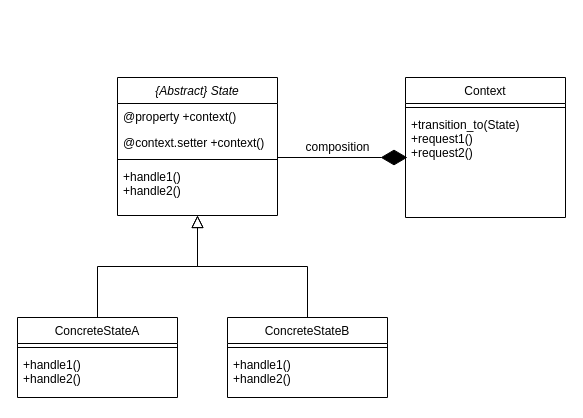
Above: design patterns/UML/State.drawio in djangorepos/design_patterns (draw.io), before the change. Source tidied: cells renumbered, new cells numbered last; positions are measured from the earlier drawing's top-left corner, leaving out a move shared by most shapes. Both pictures are drawn from the tidied source at 100%, with x=0, y=0 at pixel (17, 77).
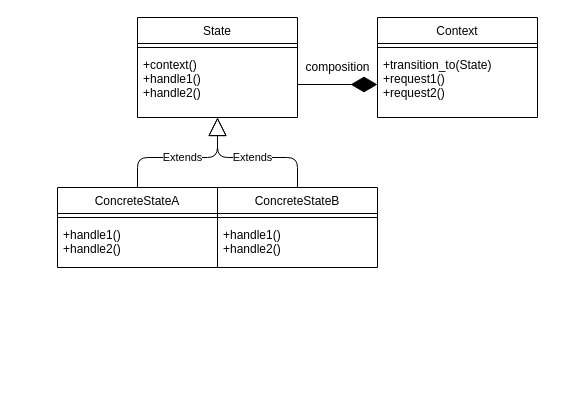
After the change.

Change to the diagram source:
```diff
@@
-    <mxCell id="2" value="{Abstract} State" style="swimlane;fontStyle=2;align=center;verticalAlign=top;horizontal=1;startSize=26;rounded=0;shadow=0;strokeWidth=1;" parent="1" vertex="1">
-      <mxGeometry x="100" width="160" height="138" as="geometry" />
+    <mxCell id="2" value="State" style="swimlane;fontStyle=0;align=center;verticalAlign=top;horizontal=1;startSize=26;rounded=0;shadow=0;strokeWidth=1;" parent="1" vertex="1">
+      <mxGeometry x="120" y="-60" width="160" height="100" as="geometry" />
     </mxCell>
-    <mxCell id="3" value="@property +context()" style="text;align=left;verticalAlign=top;spacingLeft=4;spacingRight=4;overflow=hidden;" parent="2" vertex="1">
-      <mxGeometry y="26" width="160" height="26" as="geometry" />
-    </mxCell>
-    <mxCell id="4" value="@context.setter +context()" style="text;align=left;verticalAlign=top;spacingLeft=4;spacingRight=4;overflow=hidden;rounded=0;shadow=0;html=0;" parent="2" vertex="1">
-      <mxGeometry y="52" width="160" height="26" as="geometry" />
-    </mxCell>
     <mxCell id="5" style="line;html=1;strokeWidth=1;align=left;verticalAlign=middle;spacingTop=-1;spacingLeft=3;spacingRight=3;labelPosition=right;" parent="2" vertex="1">
-      <mxGeometry y="78" width="160" height="8" as="geometry" />
+      <mxGeometry y="26" width="160" height="8" as="geometry" />
     </mxCell>
-    <mxCell id="6" value="+handle1()&#10;+handle2()" style="text;align=left;verticalAlign=top;spacingLeft=4;spacingRight=4;overflow=hidden;points=[[0,0.5],[1,0.5]];portConstraint=eastwest;" parent="2" vertex="1">
-      <mxGeometry y="86" width="160" height="44" as="geometry" />
+    <mxCell id="6" value="+context()&#10;+handle1()&#10;+handle2()" style="text;align=left;verticalAlign=top;spacingLeft=4;spacingRight=4;overflow=hidden;points=[[0,0.5],[1,0.5]];portConstraint=eastwest;" parent="2" vertex="1">
+      <mxGeometry y="34" width="160" height="56" as="geometry" />
     </mxCell>
     <mxCell id="7" value="ConcreteStateA" style="swimlane;fontStyle=0;align=center;verticalAlign=top;horizontal=1;startSize=26;rounded=0;shadow=0;strokeWidth=1;" parent="1" vertex="1">
-      <mxGeometry y="240" width="160" height="80" as="geometry" />
+      <mxGeometry x="40" y="110" width="160" height="80" as="geometry" />
     </mxCell>
@@
-    <mxCell id="10" style="endArrow=block;endSize=10;endFill=0;shadow=0;strokeWidth=1;rounded=0;edgeStyle=elbowEdgeStyle;elbow=vertical;" parent="1" edge="1" source="7" target="2">
-      <mxGeometry relative="1" as="geometry" />
-    </mxCell>
     <mxCell id="11" value="ConcreteStateB" style="swimlane;fontStyle=0;align=center;verticalAlign=top;horizontal=1;startSize=26;rounded=0;shadow=0;strokeWidth=1;" parent="1" vertex="1">
-      <mxGeometry x="210" y="240" width="160" height="80" as="geometry" />
+      <mxGeometry x="200" y="110" width="160" height="80" as="geometry" />
     </mxCell>
@@
-    <mxCell id="14" style="endArrow=block;endSize=10;endFill=0;shadow=0;strokeWidth=1;rounded=0;edgeStyle=elbowEdgeStyle;elbow=vertical;" parent="1" edge="1" source="11" target="2">
-      <mxGeometry relative="1" as="geometry" />
-    </mxCell>
     <mxCell id="15" value="Context" style="swimlane;fontStyle=0;align=center;verticalAlign=top;horizontal=1;startSize=26;rounded=0;shadow=0;strokeWidth=1;" parent="1" vertex="1">
-      <mxGeometry x="388" width="160" height="140" as="geometry" />
+      <mxGeometry x="360" y="-60" width="160" height="100" as="geometry" />
     </mxCell>
@@
     <mxCell id="17" value="+transition_to(State)&#10;+request1()&#10;+request2()&#10;" style="text;align=left;verticalAlign=top;spacingLeft=4;spacingRight=4;overflow=hidden;points=[[0,0.5],[1,0.5]];portConstraint=eastwest;" parent="15" vertex="1">
-      <mxGeometry y="34" width="160" height="106" as="geometry" />
+      <mxGeometry y="34" width="160" height="66" as="geometry" />
     </mxCell>
-    <mxCell id="18" style="endArrow=diamondThin;endFill=1;endSize=24;html=1;rounded=0;edgeStyle=orthogonalEdgeStyle;" parent="1" edge="1">
+    <mxCell id="18" style="endArrow=diamondThin;endFill=1;endSize=24;html=1;rounded=0;edgeStyle=orthogonalEdgeStyle;entryX=0;entryY=0.5;entryDx=0;entryDy=0;exitX=1;exitY=0.5;exitDx=0;exitDy=0;" parent="1" edge="1" source="6" target="17">
       <mxGeometry relative="1" as="geometry">
-        <mxPoint x="260" y="80" as="sourcePoint" />
-        <mxPoint x="390" y="80" as="targetPoint" />
+        <Array as="points">
+          <mxPoint x="280" y="7" />
+        </Array>
       </mxGeometry>
     </mxCell>
     <mxCell id="19" value="composition" style="text;html=1;align=center;verticalAlign=middle;strokeColor=none;" parent="1" vertex="1">
-      <mxGeometry x="280" y="60" width="80" height="20" as="geometry" />
+      <mxGeometry x="280" y="-20" width="80" height="20" as="geometry" />
     </mxCell>
+    <mxCell id="10" value="Extends" style="endArrow=block;endSize=16;endFill=0;html=1;exitX=0.5;exitY=0;exitDx=0;exitDy=0;entryX=0.5;entryY=1;entryDx=0;entryDy=0;" parent="1" edge="1" source="7" target="2">
+      <mxGeometry relative="1" as="geometry">
+        <Array as="points">
+          <mxPoint x="120" y="80" />
+          <mxPoint x="200" y="80" />
+        </Array>
+      </mxGeometry>
+    </mxCell>
+    <mxCell id="14" value="Extends" style="endArrow=block;endSize=16;endFill=0;html=1;exitX=0.5;exitY=0;exitDx=0;exitDy=0;entryX=0.5;entryY=1;entryDx=0;entryDy=0;" parent="1" edge="1" source="11" target="2">
+      <mxGeometry relative="1" as="geometry">
+        <Array as="points">
+          <mxPoint x="280" y="80" />
+          <mxPoint x="200" y="80" />
+        </Array>
+      </mxGeometry>
+    </mxCell>
```
